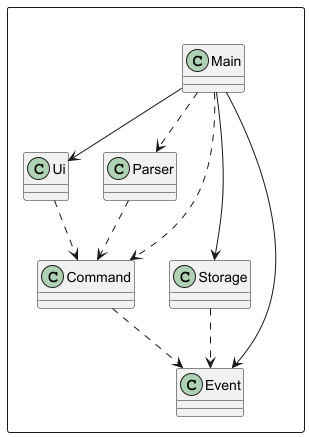
The PlantUML diagram docs/images/ArchitectureDiagram.png in nus-cs2113-AY2425S1/tp, before a commit.
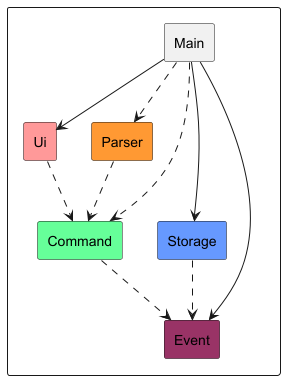
Later version of the same file.

Commit message:
Update architecture diagram image

What changed in the source:
```diff
@@ -1,12 +1,13 @@
 @startuml
+!include style.puml
 
-Package " " <<Rectangle>>{
-    class Main
-    class Ui
-    class Parser
-    class Storage
-    class Command
-    class Event
+rectangle {
+    rectangle Main
+    rectangle Ui UI_COLOUR
+    rectangle Parser PARSER_COLOUR
+    rectangle Storage STORAGE_COLOUR
+    rectangle Command COMMAND_COLOUR
+    rectangle Event EVENT_COLOUR
 }
 
 Main --> Ui
```
